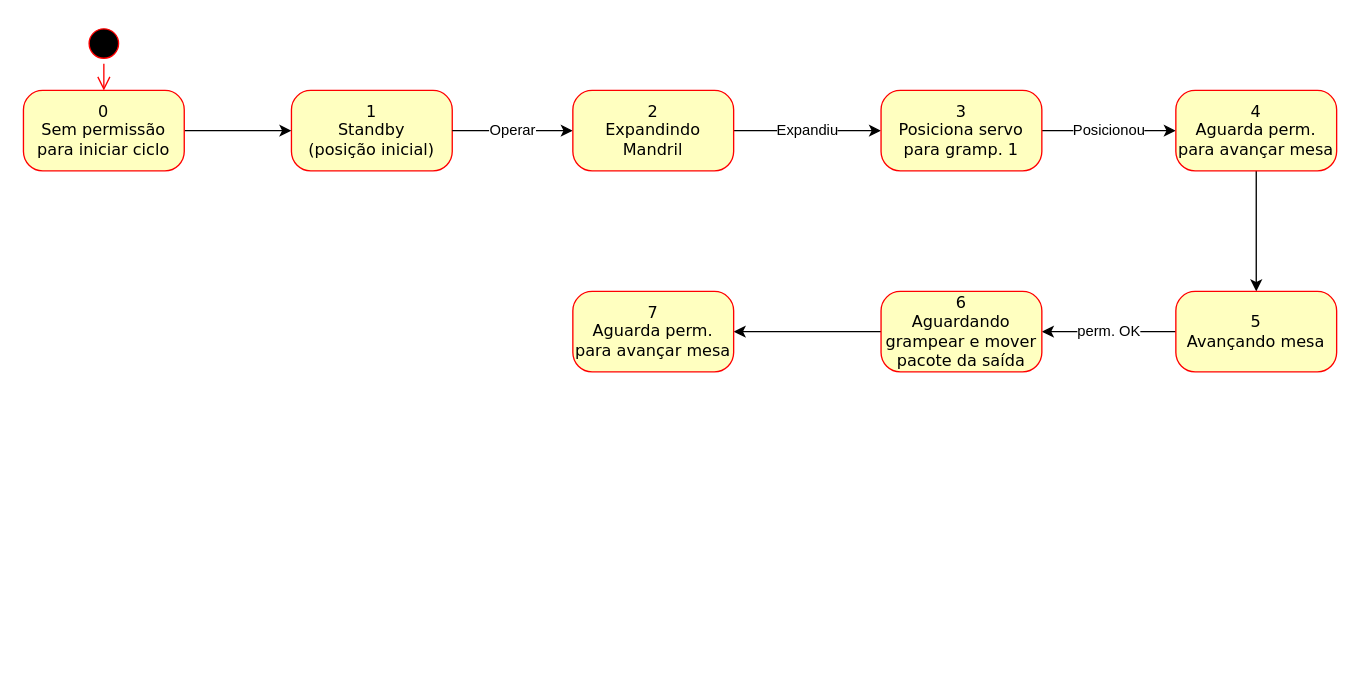
Before: page "Mesa" (3 of 3) of M05765N01_GrampeadeiraG33.drawio in JonanMuller/WEGDiagrams, a draw.io diagram. Source tidied: cells renumbered, new cells numbered last; positions are measured from the earlier drawing's top-left corner, leaving out a move shared by most shapes. Both pictures are drawn from the tidied source at 134%, with x=0, y=0 at pixel (23, 23).
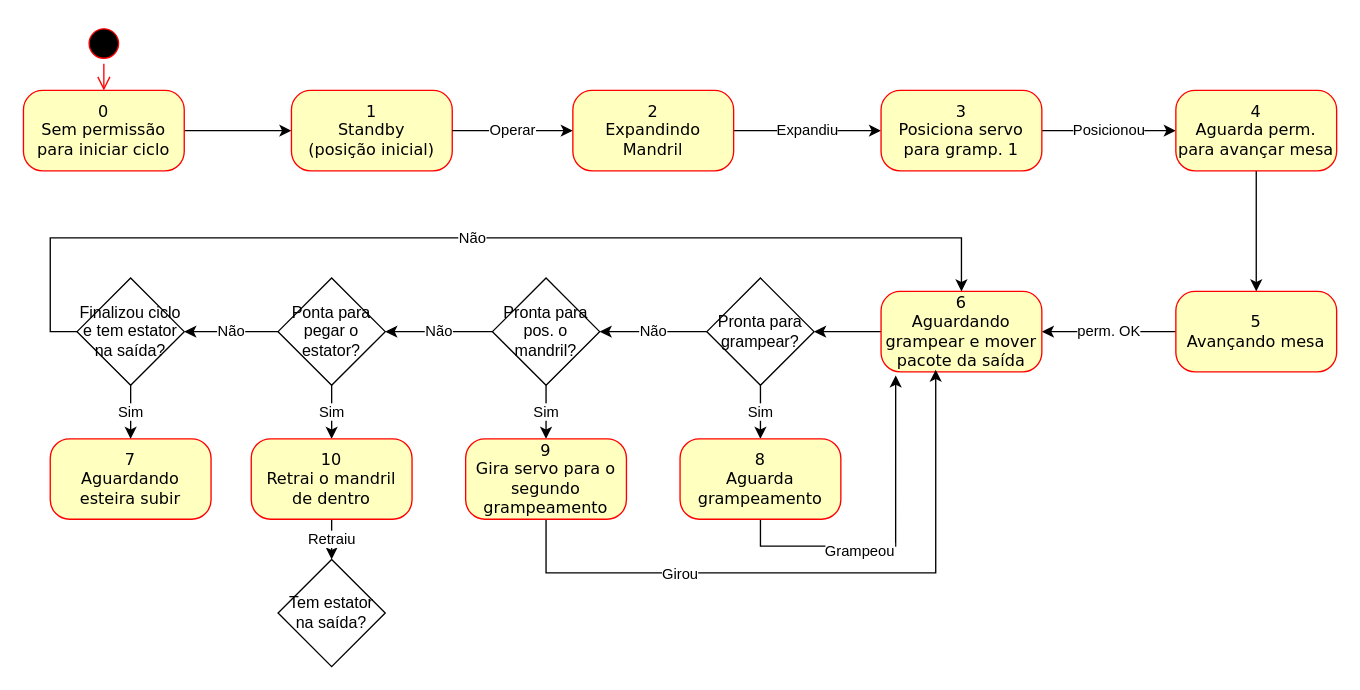
The same page after the edit.

Unchanged cells that the change refers to:
```xml
<mxCell id="17" value="6&lt;br&gt;Aguardando grampear e mover pacote da saída" style="rounded=1;whiteSpace=wrap;html=1;arcSize=24;fillColor=#ffffc0;strokeColor=#ff0000;shadow=0;comic=0;labelBackgroundColor=none;fontFamily=Verdana;fontSize=12;fontColor=#000000;align=center;" parent="1" vertex="1">
  <mxGeometry x="640" y="200" width="120" height="60" as="geometry" />
</mxCell>
```

What changed in the source:
```diff
@@
-    <mxCell id="16" style="edgeStyle=orthogonalEdgeStyle;rounded=0;jettySize=auto;html=1;" parent="1" edge="1" source="17" target="18">
-      <mxGeometry relative="1" as="geometry" />
-    </mxCell>
+    <mxCell id="19" style="edgeStyle=orthogonalEdgeStyle;rounded=0;jettySize=auto;html=1;entryX=1;entryY=0.5;entryDx=0;entryDy=0;" parent="1" edge="1" source="17" target="22">
+      <mxGeometry relative="1" as="geometry" />
+    </mxCell>
@@
-    <mxCell id="18" value="7&lt;br&gt;Aguarda perm.&lt;br&gt;para avançar mesa" style="rounded=1;whiteSpace=wrap;html=1;arcSize=24;fillColor=#ffffc0;strokeColor=#ff0000;shadow=0;comic=0;labelBackgroundColor=none;fontFamily=Verdana;fontSize=12;fontColor=#000000;align=center;" parent="1" vertex="1">
-      <mxGeometry x="410" y="200" width="120" height="60" as="geometry" />
+    <mxCell id="18" value="7&lt;br&gt;Aguardando esteira subir" style="rounded=1;whiteSpace=wrap;html=1;arcSize=24;fillColor=#ffffc0;strokeColor=#ff0000;shadow=0;comic=0;labelBackgroundColor=none;fontFamily=Verdana;fontSize=12;fontColor=#000000;align=center;" parent="1" vertex="1">
+      <mxGeometry x="20" y="310" width="120" height="60" as="geometry" />
     </mxCell>
+    <mxCell id="20" value="Sim" style="edgeStyle=orthogonalEdgeStyle;rounded=0;jettySize=auto;html=1;entryX=0.5;entryY=0;entryDx=0;entryDy=0;exitX=0.5;exitY=1;exitDx=0;exitDy=0;" parent="1" edge="1" source="22" target="25">
+      <mxGeometry relative="1" as="geometry" />
+    </mxCell>
+    <mxCell id="21" value="Não" style="edgeStyle=orthogonalEdgeStyle;rounded=0;jettySize=auto;html=1;" parent="1" edge="1" source="22" target="28">
+      <mxGeometry relative="1" as="geometry" />
+    </mxCell>
+    <mxCell id="22" value="Pronta para grampear?" style="rhombus;whiteSpace=wrap;html=1;" parent="1" vertex="1">
+      <mxGeometry x="510" y="190" width="80" height="80" as="geometry" />
+    </mxCell>
+    <mxCell id="23" style="edgeStyle=orthogonalEdgeStyle;rounded=0;jettySize=auto;html=1;exitX=0.5;exitY=1;exitDx=0;exitDy=0;entryX=0.091;entryY=1.044;entryDx=0;entryDy=0;entryPerimeter=0;" parent="1" edge="1" source="25" target="17">
+      <mxGeometry relative="1" as="geometry" />
+    </mxCell>
+    <mxCell id="24" value="Grampeou" style="edgeLabel;html=1;align=center;verticalAlign=middle;" parent="23" vertex="1">
+      <mxGeometry x="-0.24" y="-3" relative="1" as="geometry">
+        <mxPoint x="-1" as="offset" />
+      </mxGeometry>
+    </mxCell>
+    <mxCell id="25" value="8&lt;br&gt;Aguarda grampeamento" style="rounded=1;whiteSpace=wrap;html=1;arcSize=24;fillColor=#ffffc0;strokeColor=#ff0000;shadow=0;comic=0;labelBackgroundColor=none;fontFamily=Verdana;fontSize=12;fontColor=#000000;align=center;" parent="1" vertex="1">
+      <mxGeometry x="490" y="310" width="120" height="60" as="geometry" />
+    </mxCell>
+    <mxCell id="26" value="Sim" style="edgeStyle=orthogonalEdgeStyle;rounded=0;jettySize=auto;html=1;" parent="1" edge="1" source="28" target="31">
+      <mxGeometry relative="1" as="geometry" />
+    </mxCell>
+    <mxCell id="27" value="Não" style="edgeStyle=orthogonalEdgeStyle;rounded=0;jettySize=auto;html=1;" parent="1" edge="1" source="28" target="34">
+      <mxGeometry relative="1" as="geometry" />
+    </mxCell>
+    <mxCell id="28" value="Pronta para pos. o mandril?" style="rhombus;whiteSpace=wrap;html=1;" parent="1" vertex="1">
+      <mxGeometry x="350" y="190" width="80" height="80" as="geometry" />
+    </mxCell>
+    <mxCell id="29" style="edgeStyle=orthogonalEdgeStyle;rounded=0;jettySize=auto;html=1;exitX=0.5;exitY=1;exitDx=0;exitDy=0;entryX=0.34;entryY=0.973;entryDx=0;entryDy=0;entryPerimeter=0;" parent="1" edge="1" source="31" target="17">
+      <mxGeometry relative="1" as="geometry">
+        <Array as="points">
+          <mxPoint x="390" y="410" />
+          <mxPoint x="680" y="410" />
+          <mxPoint x="680" y="258" />
+        </Array>
+      </mxGeometry>
+    </mxCell>
+    <mxCell id="30" value="Girou" style="edgeLabel;html=1;align=center;verticalAlign=middle;" parent="29" vertex="1">
+      <mxGeometry x="-0.42" relative="1" as="geometry">
+        <mxPoint x="-1" as="offset" />
+      </mxGeometry>
+    </mxCell>
+    <mxCell id="31" value="9&lt;br&gt;Gira servo para o segundo grampeamento" style="rounded=1;whiteSpace=wrap;html=1;arcSize=24;fillColor=#ffffc0;strokeColor=#ff0000;shadow=0;comic=0;labelBackgroundColor=none;fontFamily=Verdana;fontSize=12;fontColor=#000000;align=center;" parent="1" vertex="1">
+      <mxGeometry x="330" y="310" width="120" height="60" as="geometry" />
+    </mxCell>
+    <mxCell id="32" value="Sim" style="edgeStyle=orthogonalEdgeStyle;rounded=0;jettySize=auto;html=1;" parent="1" edge="1" source="34" target="36">
+      <mxGeometry relative="1" as="geometry" />
+    </mxCell>
+    <mxCell id="33" value="Não" style="edgeStyle=orthogonalEdgeStyle;rounded=0;jettySize=auto;html=1;" parent="1" edge="1" source="34" target="39">
+      <mxGeometry relative="1" as="geometry" />
+    </mxCell>
+    <mxCell id="34" value="Ponta para pegar o estator?" style="rhombus;whiteSpace=wrap;html=1;" parent="1" vertex="1">
+      <mxGeometry x="190" y="190" width="80" height="80" as="geometry" />
+    </mxCell>
+    <mxCell id="35" value="Retraiu" style="edgeStyle=orthogonalEdgeStyle;rounded=0;jettySize=auto;html=1;" parent="1" edge="1" source="36" target="40">
+      <mxGeometry relative="1" as="geometry" />
+    </mxCell>
+    <mxCell id="36" value="10&lt;br&gt;Retrai o mandril&lt;br&gt;de dentro" style="rounded=1;whiteSpace=wrap;html=1;arcSize=24;fillColor=#ffffc0;strokeColor=#ff0000;shadow=0;comic=0;labelBackgroundColor=none;fontFamily=Verdana;fontSize=12;fontColor=#000000;align=center;" parent="1" vertex="1">
+      <mxGeometry x="170" y="310" width="120" height="60" as="geometry" />
+    </mxCell>
+    <mxCell id="37" value="Sim" style="edgeStyle=orthogonalEdgeStyle;rounded=0;jettySize=auto;html=1;" parent="1" edge="1" source="39" target="18">
+      <mxGeometry relative="1" as="geometry" />
+    </mxCell>
+    <mxCell id="38" value="Não" style="edgeStyle=orthogonalEdgeStyle;rounded=0;jettySize=auto;html=1;exitX=0;exitY=0.5;exitDx=0;exitDy=0;entryX=0.5;entryY=0;entryDx=0;entryDy=0;" parent="1" edge="1" source="39" target="17">
+      <mxGeometry relative="1" as="geometry">
+        <Array as="points">
+          <mxPoint x="20" y="230" />
+          <mxPoint x="20" y="160" />
+          <mxPoint x="700" y="160" />
+        </Array>
+      </mxGeometry>
+    </mxCell>
+    <mxCell id="39" value="Finalizou ciclo e tem estator na saída?" style="rhombus;whiteSpace=wrap;html=1;" parent="1" vertex="1">
+      <mxGeometry x="40" y="190" width="80" height="80" as="geometry" />
+    </mxCell>
+    <mxCell id="40" value="Tem estator na saída?" style="rhombus;whiteSpace=wrap;html=1;" parent="1" vertex="1">
+      <mxGeometry x="190" y="400" width="80" height="80" as="geometry" />
+    </mxCell>
```
